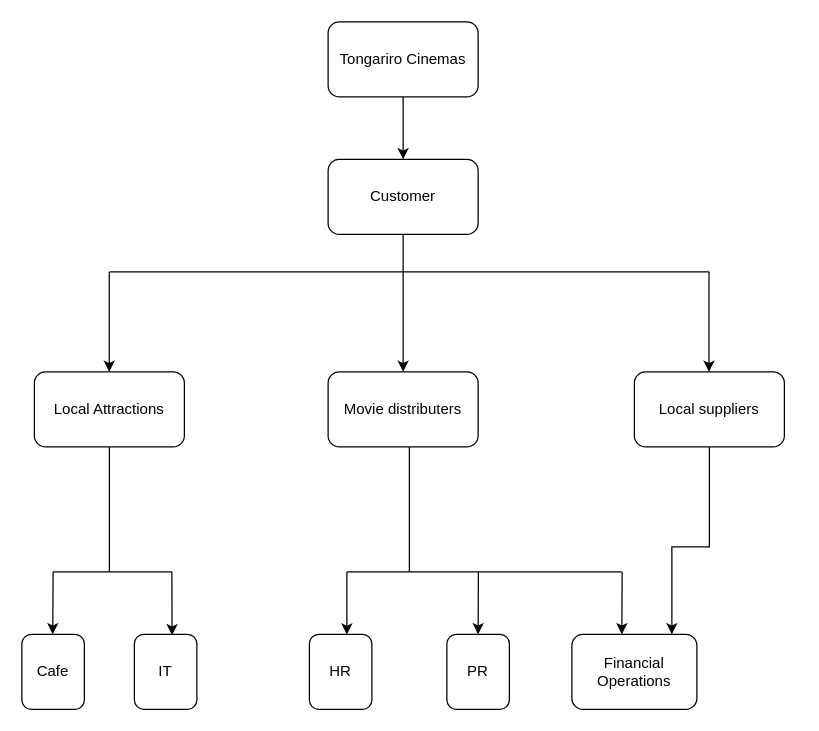
Above: Untitled Diagram.drawio in julieeesy/Requirement-Analysis-and-Solution-Design (draw.io), before the change. Source tidied: cells renumbered, new cells numbered last; positions are measured from the earlier drawing's top-left corner, leaving out a move shared by most shapes. Both pictures are drawn from the tidied source at 125%, with x=0, y=0 at pixel (21, 21).
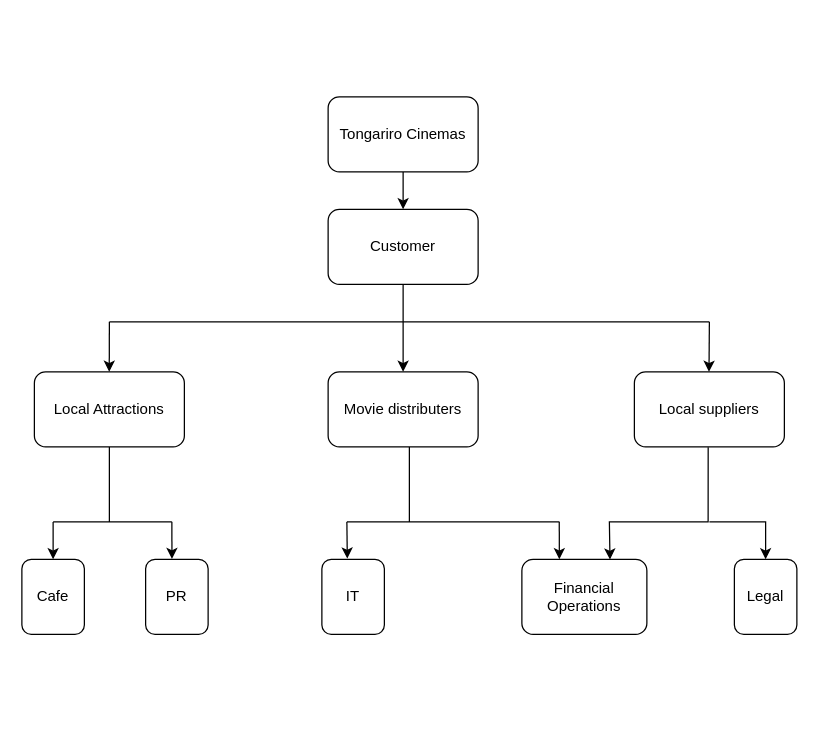
Above is the later version.

The change refers to these unchanged cells:
```xml
<mxCell id="4" value="Local Attractions" style="rounded=1;whiteSpace=wrap;html=1;" parent="1" vertex="1">
  <mxGeometry x="10" y="280" width="120" height="60" as="geometry" />
</mxCell>
<mxCell id="6" value="Local suppliers" style="rounded=1;whiteSpace=wrap;html=1;" parent="1" vertex="1">
  <mxGeometry x="490" y="280" width="120" height="60" as="geometry" />
</mxCell>
```

The edit, as a diff of the source:
```diff
@@
     <mxCell id="2" value="Tongariro Cinemas" style="rounded=1;whiteSpace=wrap;html=1;" parent="1" vertex="1">
-      <mxGeometry x="245" width="120" height="60" as="geometry" />
+      <mxGeometry x="245" y="60" width="120" height="60" as="geometry" />
     </mxCell>
     <mxCell id="3" value="Customer" style="rounded=1;whiteSpace=wrap;html=1;" parent="1" vertex="1">
-      <mxGeometry x="245" y="110" width="120" height="60" as="geometry" />
+      <mxGeometry x="245" y="150" width="120" height="60" as="geometry" />
     </mxCell>
@@
     <mxCell id="7" value="Cafe" style="rounded=1;whiteSpace=wrap;html=1;" parent="1" vertex="1">
-      <mxGeometry y="490" width="50" height="60" as="geometry" />
+      <mxGeometry y="430" width="50" height="60" as="geometry" />
     </mxCell>
-    <mxCell id="8" value="IT" style="rounded=1;whiteSpace=wrap;html=1;" parent="1" vertex="1">
-      <mxGeometry x="90" y="490" width="50" height="60" as="geometry" />
+    <mxCell id="8" value="PR" style="rounded=1;whiteSpace=wrap;html=1;" parent="1" vertex="1">
+      <mxGeometry x="99" y="430" width="50" height="60" as="geometry" />
     </mxCell>
-    <mxCell id="9" value="HR" style="rounded=1;whiteSpace=wrap;html=1;" parent="1" vertex="1">
-      <mxGeometry x="230" y="490" width="50" height="60" as="geometry" />
-    </mxCell>
-    <mxCell id="10" value="PR" style="rounded=1;whiteSpace=wrap;html=1;" parent="1" vertex="1">
-      <mxGeometry x="340" y="490" width="50" height="60" as="geometry" />
+    <mxCell id="10" value="IT" style="rounded=1;whiteSpace=wrap;html=1;" parent="1" vertex="1">
+      <mxGeometry x="240" y="430" width="50" height="60" as="geometry" />
     </mxCell>
     <mxCell id="11" value="Financial Operations" style="rounded=1;whiteSpace=wrap;html=1;" parent="1" vertex="1">
-      <mxGeometry x="440" y="490" width="100" height="60" as="geometry" />
+      <mxGeometry x="400" y="430" width="100" height="60" as="geometry" />
     </mxCell>
@@
-    <mxCell id="13" style="endArrow=none;html=1;rounded=0;entryX=0.5;entryY=1;entryDx=0;entryDy=0;" parent="1" edge="1" target="3">
-      <mxGeometry relative="1" as="geometry">
-        <mxPoint x="305" y="200" as="sourcePoint" />
-      </mxGeometry>
-    </mxCell>
     <mxCell id="14" style="endArrow=none;html=1;rounded=0;" parent="1" edge="1">
       <mxGeometry relative="1" as="geometry">
-        <mxPoint x="70" y="200" as="sourcePoint" />
-        <mxPoint x="550" y="200" as="targetPoint" />
+        <mxPoint x="70" y="240" as="sourcePoint" />
+        <mxPoint x="550" y="240" as="targetPoint" />
       </mxGeometry>
     </mxCell>
     <mxCell id="15" style="endArrow=classic;html=1;rounded=0;entryX=0.583;entryY=0;entryDx=0;entryDy=0;entryPerimeter=0;" parent="1" edge="1">
       <mxGeometry relative="1" as="geometry">
-        <mxPoint x="69.9" y="200" as="sourcePoint" />
+        <mxPoint x="70" y="240" as="sourcePoint" />
         <mxPoint x="69.9" y="280" as="targetPoint" />
       </mxGeometry>
     </mxCell>
-    <mxCell id="16" style="endArrow=classic;html=1;rounded=0;entryX=0.583;entryY=0;entryDx=0;entryDy=0;entryPerimeter=0;" parent="1" edge="1">
+    <mxCell id="16" style="endArrow=classic;html=1;rounded=0;entryX=0.583;entryY=0;entryDx=0;entryDy=0;entryPerimeter=0;exitX=0.5;exitY=1;exitDx=0;exitDy=0;" parent="1" edge="1" source="3">
       <mxGeometry relative="1" as="geometry">
-        <mxPoint x="305" y="200" as="sourcePoint" />
         <mxPoint x="305" y="280" as="targetPoint" />
       </mxGeometry>
     </mxCell>
     <mxCell id="17" style="endArrow=classic;html=1;rounded=0;entryX=0.583;entryY=0;entryDx=0;entryDy=0;entryPerimeter=0;" parent="1" edge="1">
       <mxGeometry relative="1" as="geometry">
-        <mxPoint x="549.7" y="200" as="sourcePoint" />
+        <mxPoint x="550" y="240" as="sourcePoint" />
         <mxPoint x="549.7" y="280" as="targetPoint" />
       </mxGeometry>
     </mxCell>
     <mxCell id="18" style="endArrow=none;html=1;rounded=0;" parent="1" edge="1">
       <mxGeometry relative="1" as="geometry">
-        <mxPoint x="25" y="440" as="sourcePoint" />
-        <mxPoint x="120" y="440" as="targetPoint" />
+        <mxPoint x="25" y="400" as="sourcePoint" />
+        <mxPoint x="120" y="400" as="targetPoint" />
       </mxGeometry>
     </mxCell>
-    <mxCell id="19" style="endArrow=classic;html=1;rounded=0;entryX=0.583;entryY=0;entryDx=0;entryDy=0;entryPerimeter=0;" parent="1" edge="1">
+    <mxCell id="19" style="endArrow=classic;html=1;rounded=0;entryX=0.5;entryY=0;entryDx=0;entryDy=0;" parent="1" edge="1" target="7">
       <mxGeometry relative="1" as="geometry">
-        <mxPoint x="25" y="440" as="sourcePoint" />
-        <mxPoint x="24.7" y="490" as="targetPoint" />
+        <mxPoint x="25" y="400" as="sourcePoint" />
       </mxGeometry>
     </mxCell>
-    <mxCell id="20" style="endArrow=classic;html=1;rounded=0;entryX=0.603;entryY=0.011;entryDx=0;entryDy=0;entryPerimeter=0;" parent="1" edge="1" target="8">
+    <mxCell id="20" style="endArrow=classic;html=1;rounded=0;entryX=0.421;entryY=-0.006;entryDx=0;entryDy=0;entryPerimeter=0;" parent="1" edge="1" target="8">
       <mxGeometry relative="1" as="geometry">
-        <mxPoint x="120" y="440" as="sourcePoint" />
+        <mxPoint x="120" y="400" as="sourcePoint" />
       </mxGeometry>
     </mxCell>
-    <mxCell id="21" style="endArrow=classic;html=1;rounded=0;entryX=0.6;entryY=0.003;entryDx=0;entryDy=0;entryPerimeter=0;" parent="1" edge="1" target="9">
+    <mxCell id="21" style="endArrow=classic;html=1;rounded=0;entryX=0.407;entryY=-0.01;entryDx=0;entryDy=0;entryPerimeter=0;" parent="1" edge="1" target="10">
       <mxGeometry relative="1" as="geometry">
-        <mxPoint x="260" y="440" as="sourcePoint" />
+        <mxPoint x="260" y="400" as="sourcePoint" />
       </mxGeometry>
     </mxCell>
-    <mxCell id="22" style="endArrow=classic;html=1;rounded=0;entryX=0.583;entryY=0;entryDx=0;entryDy=0;entryPerimeter=0;" parent="1" edge="1">
-      <mxGeometry relative="1" as="geometry">
-        <mxPoint x="365.2" y="440" as="sourcePoint" />
-        <mxPoint x="365" y="490" as="targetPoint" />
-      </mxGeometry>
-    </mxCell>
-    <mxCell id="23" style="endArrow=classic;html=1;rounded=0;entryX=0.583;entryY=0;entryDx=0;entryDy=0;entryPerimeter=0;" parent="1" edge="1">
+    <mxCell id="23" style="endArrow=classic;html=1;rounded=0;entryX=0.3;entryY=0;entryDx=0;entryDy=0;entryPerimeter=0;" parent="1" edge="1" target="11">
       <mxGeometry relative="1" as="geometry">
-        <mxPoint x="480.2" y="440" as="sourcePoint" />
-        <mxPoint x="480" y="490" as="targetPoint" />
+        <mxPoint x="429.9" y="400" as="sourcePoint" />
       </mxGeometry>
     </mxCell>
     <mxCell id="24" style="endArrow=none;html=1;rounded=0;" parent="1" edge="1">
       <mxGeometry relative="1" as="geometry">
-        <mxPoint x="260" y="440" as="sourcePoint" />
-        <mxPoint x="480" y="440" as="targetPoint" />
+        <mxPoint x="260" y="400" as="sourcePoint" />
+        <mxPoint x="430" y="400" as="targetPoint" />
       </mxGeometry>
     </mxCell>
     <mxCell id="25" style="endArrow=none;html=1;rounded=0;entryX=0.5;entryY=1;entryDx=0;entryDy=0;" parent="1" edge="1" target="4">
       <mxGeometry relative="1" as="geometry">
-        <mxPoint x="70" y="440" as="sourcePoint" />
+        <mxPoint x="70" y="400" as="sourcePoint" />
       </mxGeometry>
     </mxCell>
     <mxCell id="26" style="endArrow=none;html=1;rounded=0;entryX=0.5;entryY=1;entryDx=0;entryDy=0;" parent="1" edge="1">
       <mxGeometry relative="1" as="geometry">
-        <mxPoint x="310" y="440" as="sourcePoint" />
+        <mxPoint x="310" y="400" as="sourcePoint" />
         <mxPoint x="310" y="340" as="targetPoint" />
       </mxGeometry>
     </mxCell>
-    <mxCell id="27" style="endArrow=classic;html=1;rounded=0;entryX=0.583;entryY=0;entryDx=0;entryDy=0;entryPerimeter=0;exitX=0.5;exitY=1;exitDx=0;exitDy=0;" parent="1" edge="1" source="6">
+    <mxCell id="27" style="endArrow=classic;html=1;rounded=0;exitX=0.492;exitY=1.004;exitDx=0;exitDy=0;exitPerimeter=0;entryX=0.705;entryY=0.003;entryDx=0;entryDy=0;entryPerimeter=0;" parent="1" edge="1" source="6" target="11">
       <mxGeometry relative="1" as="geometry">
-        <mxPoint x="520" y="490" as="targetPoint" />
         <Array as="points">
-          <mxPoint x="550" y="420" />
-          <mxPoint x="520" y="420" />
+          <mxPoint x="549" y="400" />
+          <mxPoint x="470" y="400" />
         </Array>
       </mxGeometry>
     </mxCell>
+    <mxCell id="28" value="Legal" style="rounded=1;whiteSpace=wrap;html=1;" parent="1" vertex="1">
+      <mxGeometry x="570" y="430" width="50" height="60" as="geometry" />
+    </mxCell>
+    <mxCell id="29" style="endArrow=classic;html=1;rounded=0;entryX=0.5;entryY=0;entryDx=0;entryDy=0;" parent="1" edge="1" target="28">
+      <mxGeometry relative="1" as="geometry">
+        <mxPoint x="550" y="400" as="sourcePoint" />
+        <Array as="points">
+          <mxPoint x="595" y="400" />
+        </Array>
+      </mxGeometry>
+    </mxCell>
```
